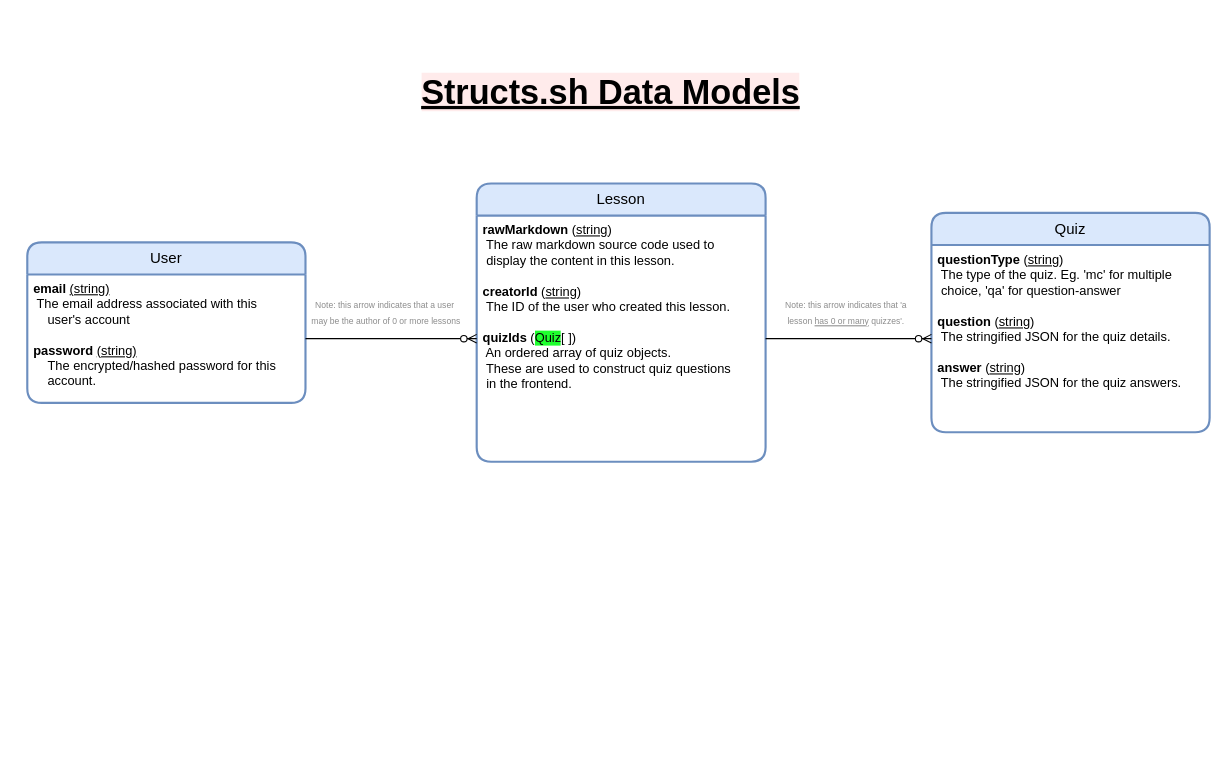
This is structs-datamodels.drawio from devsoc-unsw/structs.sh, a draw.io file, before an edit. Source tidied: cells renumbered, new cells numbered last; positions are measured from the earlier drawing's top-left corner, leaving out a move shared by most shapes. Both pictures are drawn from the tidied source at 107%, with x=0, y=0 at pixel (27, 76).
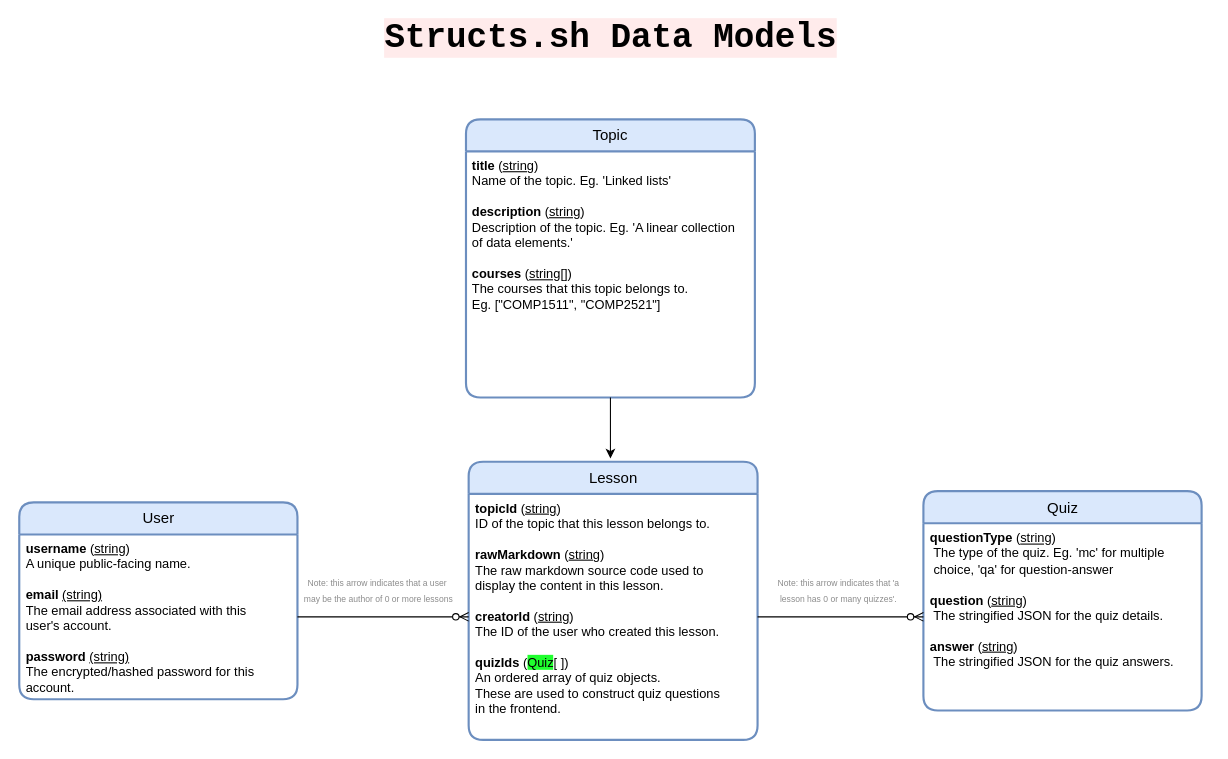
The same diagram, later.

Commit message:
Added topic data model

Change to the diagram source:
```diff
@@
 <mxGraphModel>
   <root>
     <mxCell id="0" />
     <mxCell id="1" parent="0" />
-    <mxCell id="2" value="&lt;b&gt;&lt;font style=&quot;font-size: 32px ; background-color: rgb(255 , 235 , 235)&quot;&gt;&lt;u&gt;Structs.sh Data Models&lt;/u&gt;&lt;/font&gt;&lt;/b&gt;" style="text;html=1;align=center;verticalAlign=middle;strokeColor=none;fontFamily=Helvetica;" parent="1" vertex="1">
-      <mxGeometry x="360" width="370" height="30" as="geometry" />
+    <mxCell id="2" value="&lt;b&gt;&lt;font style=&quot;font-size: 32px ; background-color: rgb(255 , 235 , 235)&quot; face=&quot;Courier New&quot;&gt;Structs.sh Data Models&lt;/font&gt;&lt;/b&gt;" style="text;html=1;align=center;verticalAlign=middle;strokeColor=none;fontFamily=Helvetica;" parent="1" vertex="1">
+      <mxGeometry x="325" y="-45" width="440" height="20" as="geometry" />
     </mxCell>
     <mxCell id="3" value="Lesson" style="swimlane;horizontal=1;startSize=30;rounded=1;fontSize=14;fontStyle=0;strokeWidth=2;shadow=0;dashed=0;align=center;fontFamily=Helvetica;fillColor=#dae8fc;strokeColor=#6c8ebf;whiteSpace=wrap;" parent="1" vertex="1">
-      <mxGeometry x="420" y="100" width="270" height="260" as="geometry" />
+      <mxGeometry x="412.5" y="360" width="270" height="260" as="geometry" />
     </mxCell>
-    <mxCell id="4" value="&lt;b&gt;rawMarkdown&lt;/b&gt; (&lt;u&gt;string&lt;/u&gt;)&lt;br&gt;&lt;span style=&quot;white-space: pre&quot;&gt; &lt;/span&gt;The raw markdown source code used to&amp;nbsp;&lt;br&gt;&lt;span style=&quot;white-space: pre&quot;&gt; &lt;/span&gt;display the content in this lesson.&lt;br&gt;&lt;br&gt;&lt;b&gt;creatorId&lt;/b&gt; (&lt;u&gt;string&lt;/u&gt;)&lt;br&gt;&lt;span style=&quot;white-space: pre&quot;&gt; &lt;/span&gt;The ID of the user who created this lesson.&lt;br&gt;&lt;br&gt;&lt;b&gt;quizIds &lt;/b&gt;(&lt;span style=&quot;background-color: rgb(31 , 255 , 46)&quot;&gt;Quiz&lt;/span&gt;[ ])&lt;br&gt;&lt;span style=&quot;white-space: pre&quot;&gt;&lt;span style=&quot;white-space: pre&quot;&gt; &lt;/span&gt;An ordered array of quiz objects.&lt;br&gt;&lt;span style=&quot;white-space: pre&quot;&gt; &lt;/span&gt;These are used to construct quiz questions&lt;br/&gt;&lt;span style=&quot;white-space: pre&quot;&gt; &lt;/span&gt;in the frontend.&lt;br&gt;&lt;/span&gt;" style="align=left;strokeColor=none;fillColor=none;spacingLeft=4;fontSize=12;verticalAlign=top;fontStyle=0;html=1;" parent="3" vertex="1">
+    <mxCell id="4" value="&lt;b&gt;topicId&amp;nbsp;&lt;/b&gt;(&lt;u&gt;string&lt;/u&gt;)&lt;br&gt;ID of the topic that this lesson belongs to.&lt;b&gt;&lt;br&gt;&lt;br&gt;rawMarkdown&lt;/b&gt; (&lt;u&gt;string&lt;/u&gt;)&lt;br&gt;&lt;span&gt; &lt;/span&gt;The raw markdown source code used to&amp;nbsp;&lt;br&gt;&lt;span&gt; &lt;/span&gt;display the content in this lesson.&lt;br&gt;&lt;br&gt;&lt;b&gt;creatorId&lt;/b&gt; (&lt;u&gt;string&lt;/u&gt;)&lt;br&gt;&lt;span&gt; &lt;/span&gt;The ID of the user who created this lesson.&lt;br&gt;&lt;br&gt;&lt;b&gt;quizIds &lt;/b&gt;(&lt;span style=&quot;background-color: rgb(31 , 255 , 46)&quot;&gt;Quiz&lt;/span&gt;[ ])&lt;br&gt;&lt;span&gt;&lt;span&gt; &lt;/span&gt;An ordered array of quiz objects.&lt;br&gt;&lt;span&gt; &lt;/span&gt;These are used to construct quiz questions&lt;br&gt;&lt;span&gt; &lt;/span&gt;in the frontend.&lt;br&gt;&lt;/span&gt;" style="align=left;strokeColor=none;fillColor=none;spacingLeft=4;fontSize=12;verticalAlign=top;fontStyle=0;html=1;" parent="3" vertex="1">
       <mxGeometry y="30" width="270" height="230" as="geometry" />
     </mxCell>
     <mxCell id="5" value="User" style="swimlane;horizontal=1;startSize=30;rounded=1;fontSize=14;fontStyle=0;strokeWidth=2;shadow=0;dashed=0;align=center;fontFamily=Helvetica;fillColor=#dae8fc;strokeColor=#6c8ebf;whiteSpace=wrap;html=1;" parent="1" vertex="1">
-      <mxGeometry y="155" width="260" height="150" as="geometry" />
+      <mxGeometry x="-7.5" y="398" width="260" height="184" as="geometry" />
     </mxCell>
-    <mxCell id="6" value="&lt;b&gt;email&lt;/b&gt; &lt;u&gt;(string)&lt;/u&gt;&lt;br&gt;&lt;span style=&quot;white-space: pre&quot;&gt; &lt;/span&gt;The email address associated with this &lt;br&gt;&amp;nbsp;&amp;nbsp;&amp;nbsp;&amp;nbsp;user's account&lt;br&gt;&lt;br&gt;&lt;b&gt;password&lt;/b&gt; &lt;u&gt;(string)&lt;/u&gt;&lt;br&gt;&amp;nbsp; &amp;nbsp;&amp;nbsp;The encrypted/hashed password for this &lt;br&gt;&amp;nbsp; &amp;nbsp; account." style="align=left;strokeColor=none;fillColor=none;spacingLeft=4;fontSize=12;verticalAlign=top;fontStyle=0;html=1;" parent="5" vertex="1">
-      <mxGeometry y="30" width="260" height="120" as="geometry" />
+    <mxCell id="6" value="&lt;b&gt;username &lt;/b&gt;(&lt;u&gt;string&lt;/u&gt;)&lt;br&gt;A unique public-facing name.&lt;br&gt;&lt;br&gt;&lt;b&gt;email&lt;/b&gt; &lt;u&gt;(string)&lt;/u&gt;&lt;br&gt;The email address associated with this &lt;br&gt;user's account.&lt;br&gt;&lt;br&gt;&lt;b&gt;password&lt;/b&gt; &lt;u&gt;(string)&lt;/u&gt;&lt;br&gt;The encrypted/hashed password for this &lt;br&gt;account." style="align=left;strokeColor=none;fillColor=none;spacingLeft=4;fontSize=12;verticalAlign=top;fontStyle=0;html=1;" parent="5" vertex="1">
+      <mxGeometry y="30" width="260" height="154" as="geometry" />
     </mxCell>
     <mxCell id="7" value="Quiz" style="swimlane;horizontal=1;startSize=30;rounded=1;fontSize=14;fontStyle=0;strokeWidth=2;shadow=0;dashed=0;align=center;fontFamily=Helvetica;fillColor=#dae8fc;strokeColor=#6c8ebf;whiteSpace=wrap;" parent="1" vertex="1">
-      <mxGeometry x="845" y="127.5" width="260" height="205" as="geometry" />
+      <mxGeometry x="837.5" y="387.5" width="260" height="205" as="geometry" />
     </mxCell>
     <mxCell id="8" value="&lt;b&gt;questionType &lt;/b&gt;(&lt;u&gt;string&lt;/u&gt;)&lt;br&gt;&lt;span style=&quot;white-space: pre&quot;&gt; &lt;/span&gt;The type of the quiz. Eg. 'mc' for multiple&lt;br&gt;&lt;span style=&quot;white-space: pre&quot;&gt; &lt;/span&gt;choice, 'qa' for question-answer&lt;br&gt;&lt;br&gt;&lt;b&gt;question&lt;/b&gt; (&lt;u&gt;string&lt;/u&gt;)&lt;br&gt;&lt;span style=&quot;white-space: pre&quot;&gt; &lt;/span&gt;The stringified JSON for the quiz details.&lt;br&gt;&lt;br&gt;&lt;b&gt;answer&lt;/b&gt; (&lt;u&gt;string&lt;/u&gt;)&lt;br&gt;&lt;span style=&quot;white-space: pre&quot;&gt; &lt;/span&gt;The stringified JSON for the quiz answers." style="align=left;strokeColor=none;fillColor=none;spacingLeft=4;fontSize=12;verticalAlign=top;fontStyle=0;html=1;" parent="7" vertex="1">
       <mxGeometry y="30" width="260" height="175" as="geometry" />
     </mxCell>
-    <mxCell id="9" value="&lt;font color=&quot;#8c8c8c&quot; style=&quot;font-size: 8px&quot;&gt;Note: this arrow indicates that 'a &lt;br&gt;lesson &lt;u&gt;has 0 or many&lt;/u&gt;&amp;nbsp;quizzes'.&lt;/font&gt;" style="text;html=1;align=center;verticalAlign=middle;strokeColor=none;fontFamily=Helvetica;" parent="1" vertex="1">
-      <mxGeometry x="700" y="200" width="130" height="40" as="geometry" />
+    <mxCell id="9" value="&lt;font color=&quot;#8c8c8c&quot; style=&quot;font-size: 8px&quot;&gt;Note: this arrow indicates that 'a &lt;br&gt;lesson has 0 or many&amp;nbsp;quizzes'.&lt;/font&gt;" style="text;html=1;align=center;verticalAlign=middle;strokeColor=none;fontFamily=Helvetica;" parent="1" vertex="1">
+      <mxGeometry x="692.5" y="465" width="130" height="30" as="geometry" />
     </mxCell>
     <mxCell id="10" style="edgeStyle=entityRelationEdgeStyle;fontSize=12;html=1;endArrow=ERzeroToMany;endFill=1;fontFamily=Helvetica;exitX=1;exitY=0.5;exitDx=0;exitDy=0;entryX=0;entryY=0.5;entryDx=0;entryDy=0;" parent="1" edge="1" source="4" target="8">
       <mxGeometry relative="1" as="geometry" />
     </mxCell>
     <mxCell id="11" value="&lt;font color=&quot;#8c8c8c&quot; style=&quot;font-size: 8px&quot;&gt;Note: this arrow indicates that a user&amp;nbsp;&lt;br&gt;may be the author of 0 or more lessons&lt;br&gt;&lt;/font&gt;" style="text;html=1;align=center;verticalAlign=middle;strokeColor=none;fontFamily=Helvetica;" parent="1" vertex="1">
-      <mxGeometry x="260" y="200" width="150" height="40" as="geometry" />
+      <mxGeometry x="252.5" y="460" width="150" height="40" as="geometry" />
     </mxCell>
     <mxCell id="12" style="edgeStyle=entityRelationEdgeStyle;fontSize=12;html=1;endArrow=ERzeroToMany;endFill=1;fontFamily=Helvetica;exitX=1;exitY=0.5;exitDx=0;exitDy=0;entryX=0;entryY=0.5;entryDx=0;entryDy=0;" parent="1" edge="1" source="6" target="4">
       <mxGeometry relative="1" as="geometry" />
     </mxCell>
+    <mxCell id="13" value="Topic" style="swimlane;horizontal=1;startSize=30;rounded=1;fontSize=14;fontStyle=0;strokeWidth=2;shadow=0;dashed=0;align=center;fontFamily=Helvetica;fillColor=#dae8fc;strokeColor=#6c8ebf;whiteSpace=wrap;" parent="1" vertex="1">
+      <mxGeometry x="410" y="40" width="270" height="260" as="geometry" />
+    </mxCell>
+    <mxCell id="14" value="&lt;span style=&quot;white-space: pre&quot;&gt;&lt;b&gt;title &lt;/b&gt;(&lt;u&gt;string&lt;/u&gt;)&lt;b&gt;&lt;br&gt;&lt;/b&gt;Name of the topic. Eg. 'Linked lists'&lt;b&gt;&lt;br&gt;&lt;br&gt;description&lt;/b&gt; (&lt;u&gt;string&lt;/u&gt;)&lt;br&gt;Description of the topic. Eg. 'A linear collection&lt;br/&gt;of data elements.'&lt;br&gt;&lt;br&gt;&lt;b&gt;courses&lt;/b&gt; (&lt;u&gt;string[]&lt;/u&gt;)&lt;br&gt;The courses that this topic belongs to.&lt;br/&gt;Eg. [&quot;COMP1511&quot;, &quot;COMP2521&quot;]&lt;br&gt;&lt;/span&gt;" style="align=left;strokeColor=none;fillColor=none;spacingLeft=4;fontSize=12;verticalAlign=top;fontStyle=0;html=1;" parent="13" vertex="1">
+      <mxGeometry y="30" width="270" height="230" as="geometry" />
+    </mxCell>
+    <mxCell id="15" style="edgeStyle=orthogonalEdgeStyle;rounded=0;jettySize=auto;html=1;" parent="1" edge="1" source="14">
+      <mxGeometry relative="1" as="geometry">
+        <mxPoint x="545" y="357" as="targetPoint" />
+      </mxGeometry>
+    </mxCell>
   </root>
 </mxGraphModel>
```
